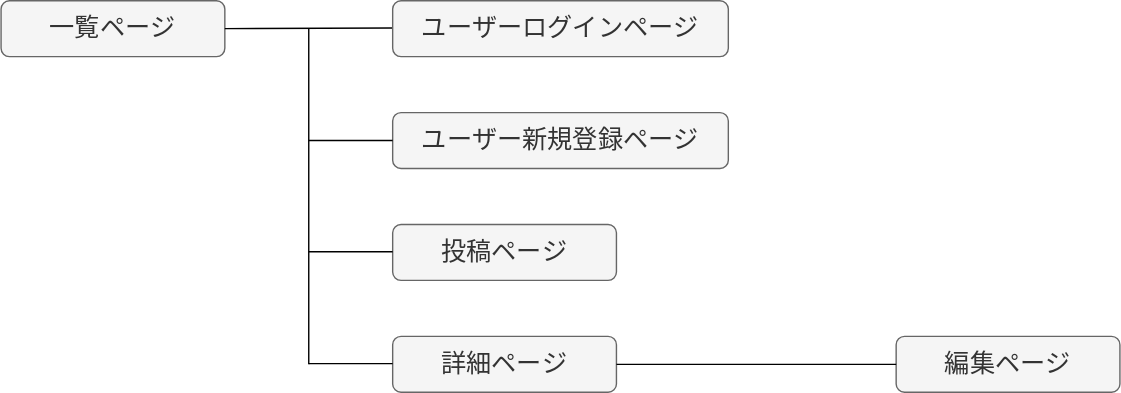
Above: 画面遷移図.drawio.svg in carton04/avoidstuck (draw.io), before the change. Source tidied: cells renumbered, new cells last; positions are measured from the earlier drawing's top-left corner, leaving out a move shared by most shapes.
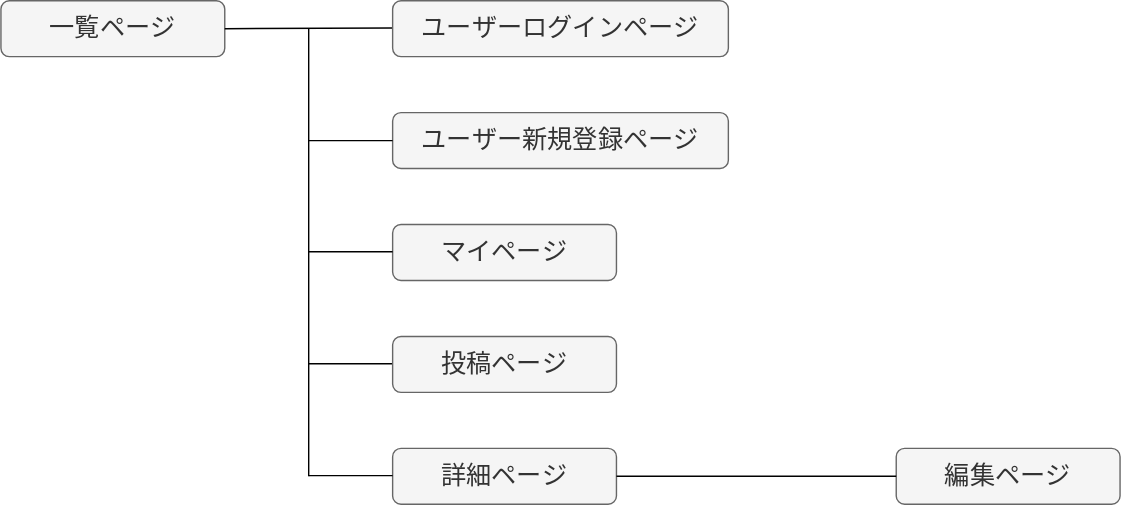
After the commit.

What changed in the source:
```diff
@@ -15,7 +15,7 @@
     </mxCell>
     <mxCell id="5" style="endArrow=none;html=1;rounded=0;fontSize=18;" parent="1" edge="1">
       <mxGeometry relative="1" as="geometry">
-        <mxPoint x="220" y="260" as="sourcePoint" />
+        <mxPoint x="220" y="340" as="sourcePoint" />
         <mxPoint x="220" y="20" as="targetPoint" />
       </mxGeometry>
     </mxCell>
@@ -27,11 +27,11 @@
         <mxPoint x="220" y="100" as="sourcePoint" />
       </mxGeometry>
     </mxCell>
-    <mxCell id="8" value="投稿ページ" style="rounded=1;whiteSpace=wrap;html=1;fontSize=18;fillColor=#f5f5f5;fontColor=#333333;strokeColor=#666666;" parent="1" vertex="1">
+    <mxCell id="8" value="マイページ" style="rounded=1;whiteSpace=wrap;html=1;fontSize=18;fillColor=#f5f5f5;fontColor=#333333;strokeColor=#666666;" parent="1" vertex="1">
       <mxGeometry x="280" y="160" width="160" height="40" as="geometry" />
     </mxCell>
     <mxCell id="9" value="詳細ページ" style="rounded=1;whiteSpace=wrap;html=1;fontSize=18;fillColor=#f5f5f5;fontColor=#333333;strokeColor=#666666;" parent="1" vertex="1">
-      <mxGeometry x="280" y="240" width="160" height="40" as="geometry" />
+      <mxGeometry x="280" y="320" width="160" height="40" as="geometry" />
     </mxCell>
     <mxCell id="10" style="endArrow=none;html=1;rounded=0;fontSize=18;entryX=0;entryY=0.5;entryDx=0;entryDy=0;" parent="1" edge="1">
       <mxGeometry relative="1" as="geometry">
@@ -46,12 +46,19 @@
       </mxGeometry>
     </mxCell>
     <mxCell id="12" value="編集ページ" style="rounded=1;whiteSpace=wrap;html=1;fontSize=18;fillColor=#f5f5f5;fontColor=#333333;strokeColor=#666666;" parent="1" vertex="1">
-      <mxGeometry x="640" y="240" width="160" height="40" as="geometry" />
+      <mxGeometry x="640" y="320" width="160" height="40" as="geometry" />
     </mxCell>
-    <mxCell id="13" style="endArrow=none;html=1;rounded=0;fontSize=18;entryX=0;entryY=0.5;entryDx=0;entryDy=0;" parent="1" edge="1" target="12">
-      <mxGeometry relative="1" as="geometry">
-        <mxPoint x="440" y="260" as="sourcePoint" />
-      </mxGeometry>
+    <mxCell id="13" style="endArrow=none;html=1;rounded=0;fontSize=18;entryX=0;entryY=0.5;entryDx=0;entryDy=0;exitX=1;exitY=0.5;exitDx=0;exitDy=0;" parent="1" edge="1" source="9" target="12">
+      <mxGeometry relative="1" as="geometry" />
     </mxCell>
+    <mxCell id="14" style="endArrow=none;html=1;rounded=0;fontSize=18;entryX=0;entryY=0.5;entryDx=0;entryDy=0;" parent="1" edge="1">
+      <mxGeometry relative="1" as="geometry">
+        <mxPoint x="220" y="339.5" as="sourcePoint" />
+        <mxPoint x="280" y="339.5" as="targetPoint" />
+      </mxGeometry>
+    </mxCell>
+    <mxCell id="15" value="投稿ページ" style="rounded=1;whiteSpace=wrap;html=1;fontSize=18;fillColor=#f5f5f5;fontColor=#333333;strokeColor=#666666;" parent="1" vertex="1">
+      <mxGeometry x="280" y="240" width="160" height="40" as="geometry" />
+    </mxCell>
   </root>
 </mxGraphModel>
```
